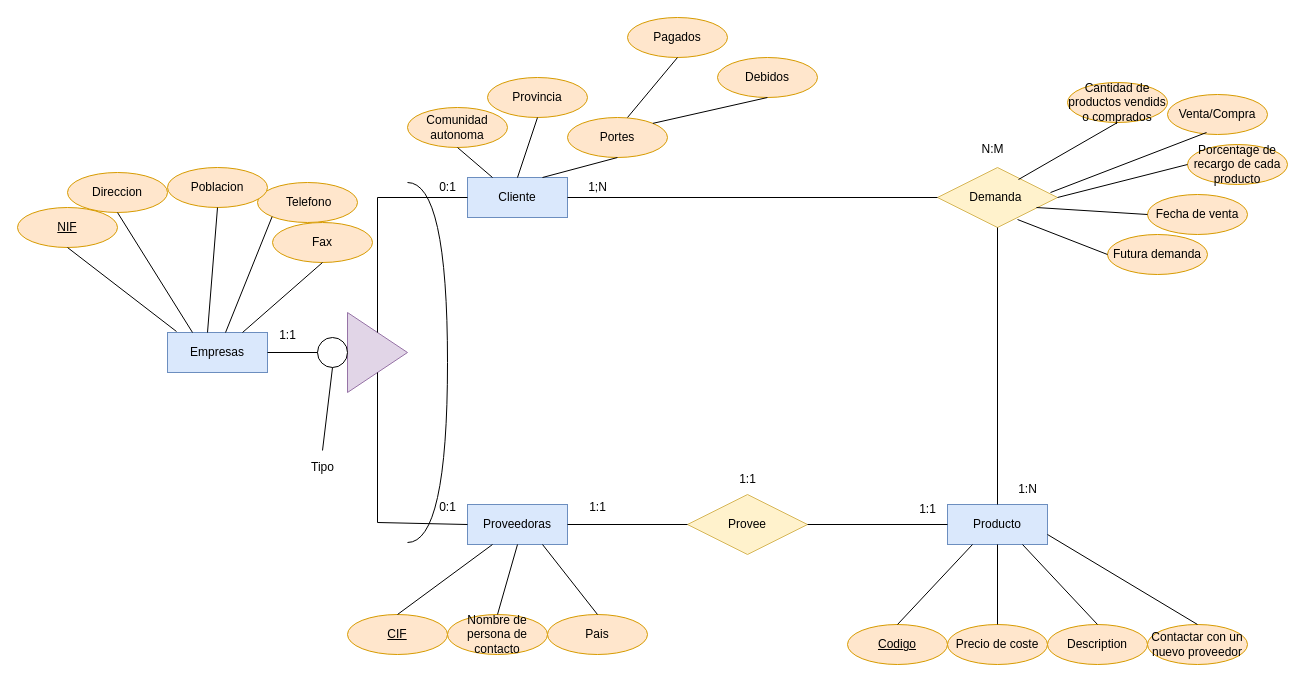
This is Unidad1/Tareas/Tarea evaluada4/Untitled Diagram.drawio from JVC0/Base-Datos, a draw.io file, before an edit. Source tidied: cells renumbered, new cells numbered last; positions are measured from the earlier drawing's top-left corner, leaving out a move shared by most shapes. Both pictures are drawn from the tidied source at 100%, with x=0, y=0 at pixel (17, 17).
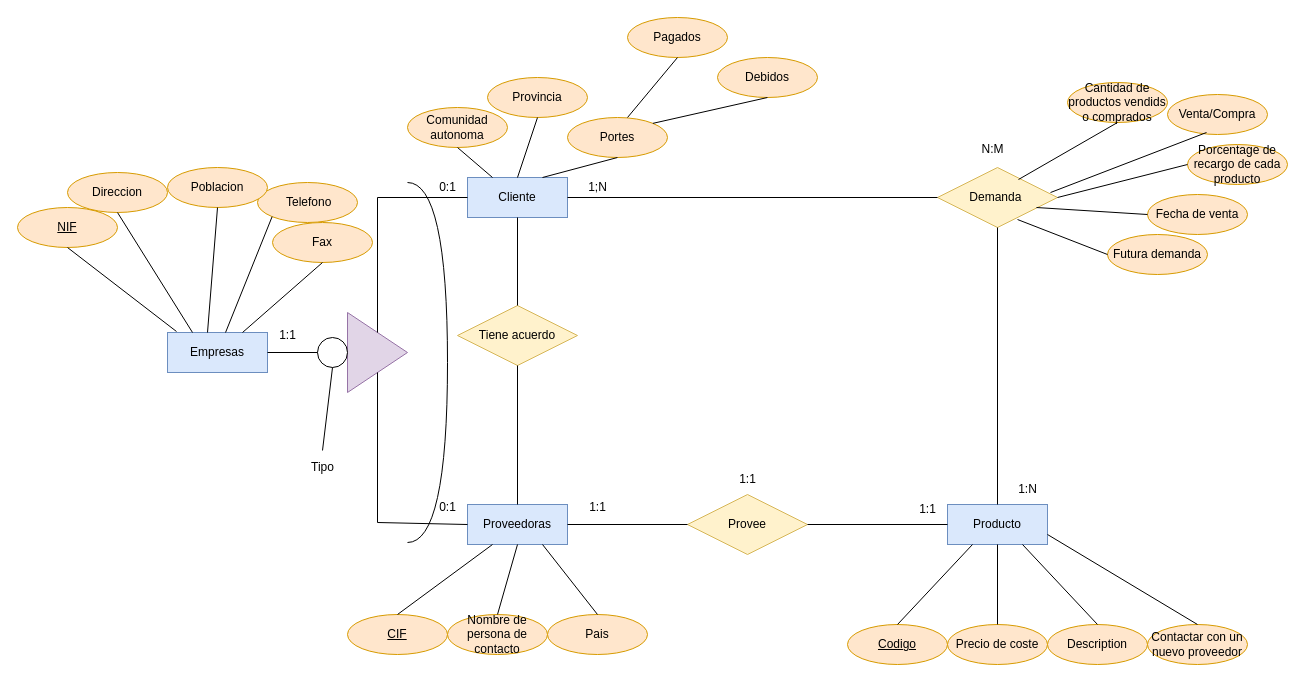
The same diagram, later.

The change refers to these unchanged cells:
```xml
<mxCell id="3" value="Cliente" style="whiteSpace=wrap;html=1;align=center;fillColor=#dae8fc;strokeColor=#6c8ebf;" parent="1" vertex="1">
  <mxGeometry x="450" y="160" width="100" height="40" as="geometry" />
</mxCell>
<mxCell id="4" value="Proveedoras" style="whiteSpace=wrap;html=1;align=center;fillColor=#dae8fc;strokeColor=#6c8ebf;" parent="1" vertex="1">
  <mxGeometry x="450" y="487" width="100" height="40" as="geometry" />
</mxCell>
```

The edit, as a diff of the source:
```diff
@@
+    <mxCell id="73" value="Tiene acuerdo" style="shape=rhombus;perimeter=rhombusPerimeter;whiteSpace=wrap;html=1;align=center;fillColor=#fff2cc;strokeColor=#d6b656;" parent="1" vertex="1">
+      <mxGeometry x="440" y="288" width="120" height="60" as="geometry" />
+    </mxCell>
+    <mxCell id="74" style="endArrow=none;html=1;rounded=0;entryX=0.5;entryY=1;entryDx=0;entryDy=0;exitX=0.5;exitY=0;exitDx=0;exitDy=0;" parent="1" edge="1" source="73" target="3">
+      <mxGeometry relative="1" as="geometry" />
+    </mxCell>
+    <mxCell id="75" style="endArrow=none;html=1;rounded=0;exitX=0.5;exitY=0;exitDx=0;exitDy=0;entryX=0.5;entryY=1;entryDx=0;entryDy=0;" parent="1" edge="1" source="4" target="73">
+      <mxGeometry relative="1" as="geometry" />
+    </mxCell>
```
